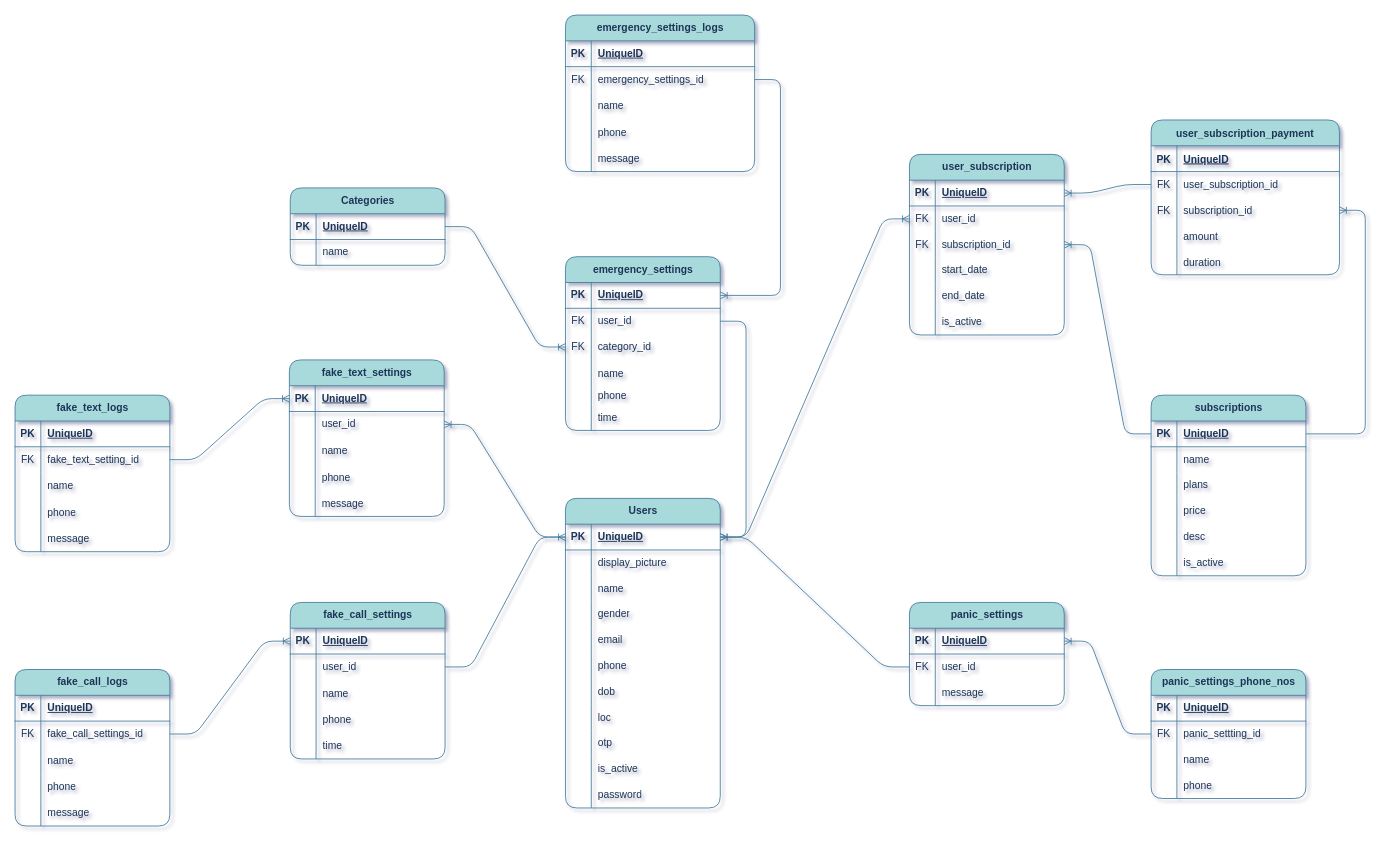
The draw.io diagram security.drawio in ShariqBinZaid/dashboard_robert, before the edit. Source tidied: cells renumbered, new cells numbered last; positions are measured from the earlier drawing's top-left corner, leaving out a move shared by most shapes. Both pictures are drawn from the tidied source at 86%, with x=0, y=0 at pixel (15, 15).
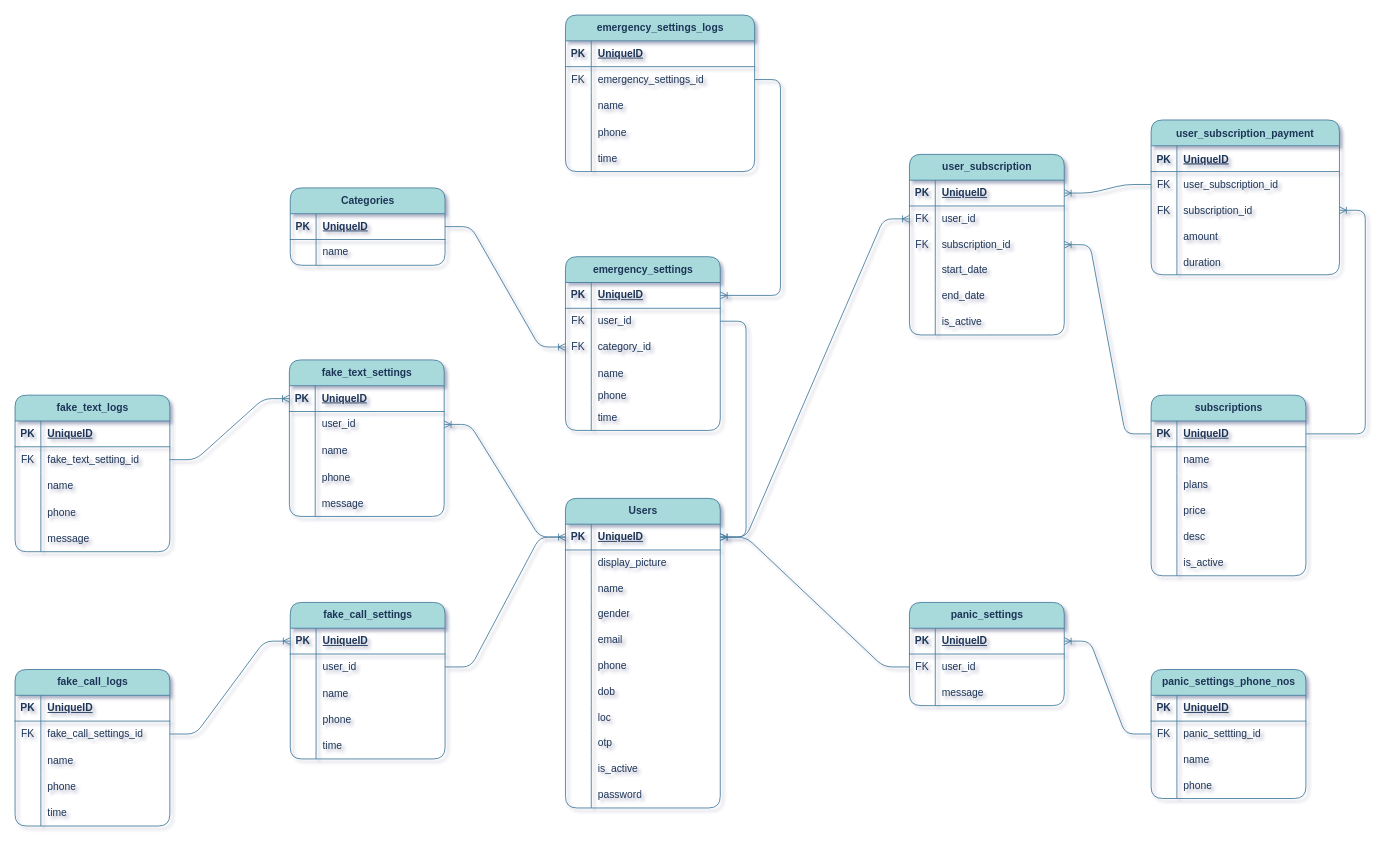
The same diagram, later.

Unchanged cells that the change refers to:
```xml
<mxCell id="212" style="shape=tableRow;horizontal=0;startSize=0;swimlaneHead=0;swimlaneBody=0;fillColor=none;top=0;left=0;right=0;bottom=0;labelBackgroundColor=none;strokeColor=#457B9D;fontColor=#1D3557;rounded=1;" parent="199" vertex="1">
  <mxGeometry y="152" width="180" height="30" as="geometry" />
</mxCell>
<mxCell id="229" style="shape=tableRow;horizontal=0;startSize=0;swimlaneHead=0;swimlaneBody=0;fillColor=none;top=0;left=0;right=0;bottom=0;labelBackgroundColor=none;strokeColor=#457B9D;fontColor=#1D3557;rounded=1;" parent="216" vertex="1">
  <mxGeometry y="152" width="220" height="30" as="geometry" />
</mxCell>
```

Diff of the diagram source:
```diff
@@
-    <mxCell id="214" value="message" style="shape=partialRectangle;fillColor=none;top=0;left=0;bottom=0;right=0;align=left;spacingLeft=6;overflow=hidden;whiteSpace=wrap;html=1;labelBackgroundColor=none;strokeColor=#457B9D;fontColor=#1D3557;rounded=1;" parent="212" vertex="1">
+    <mxCell id="214" value="time" style="shape=partialRectangle;fillColor=none;top=0;left=0;bottom=0;right=0;align=left;spacingLeft=6;overflow=hidden;whiteSpace=wrap;html=1;labelBackgroundColor=none;strokeColor=#457B9D;fontColor=#1D3557;rounded=1;" parent="212" vertex="1">
       <mxGeometry x="30" width="150" height="30" as="geometry" />
     </mxCell>
@@
-    <mxCell id="231" value="message" style="shape=partialRectangle;fillColor=none;top=0;left=0;bottom=0;right=0;align=left;spacingLeft=6;overflow=hidden;whiteSpace=wrap;html=1;labelBackgroundColor=none;strokeColor=#457B9D;fontColor=#1D3557;rounded=1;" parent="229" vertex="1">
+    <mxCell id="231" value="time" style="shape=partialRectangle;fillColor=none;top=0;left=0;bottom=0;right=0;align=left;spacingLeft=6;overflow=hidden;whiteSpace=wrap;html=1;labelBackgroundColor=none;strokeColor=#457B9D;fontColor=#1D3557;rounded=1;" parent="229" vertex="1">
       <mxGeometry x="30" width="190" height="30" as="geometry" />
     </mxCell>
```
